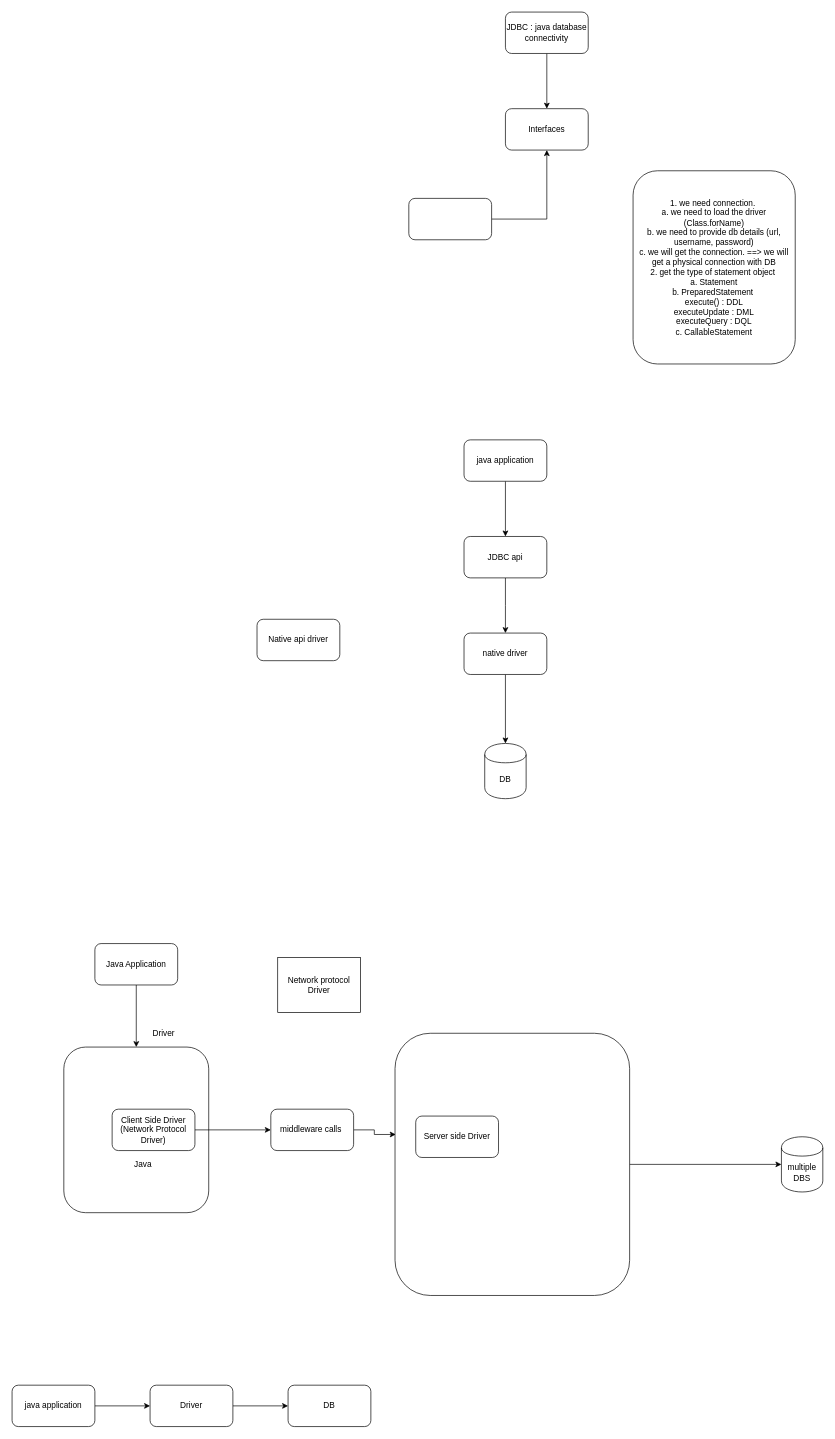
The draw.io diagram page "JDBC" (8 of 14) of Copy of Untitled Diagram.drawio in abhinandanchivate/moglixTraining, before the edit. Source tidied: cells renumbered, new cells numbered last; positions are measured from the earlier drawing's top-left corner, leaving out a move shared by most shapes. Both pictures are drawn from the tidied source at 69%, with x=0, y=0 at pixel (12, 12).
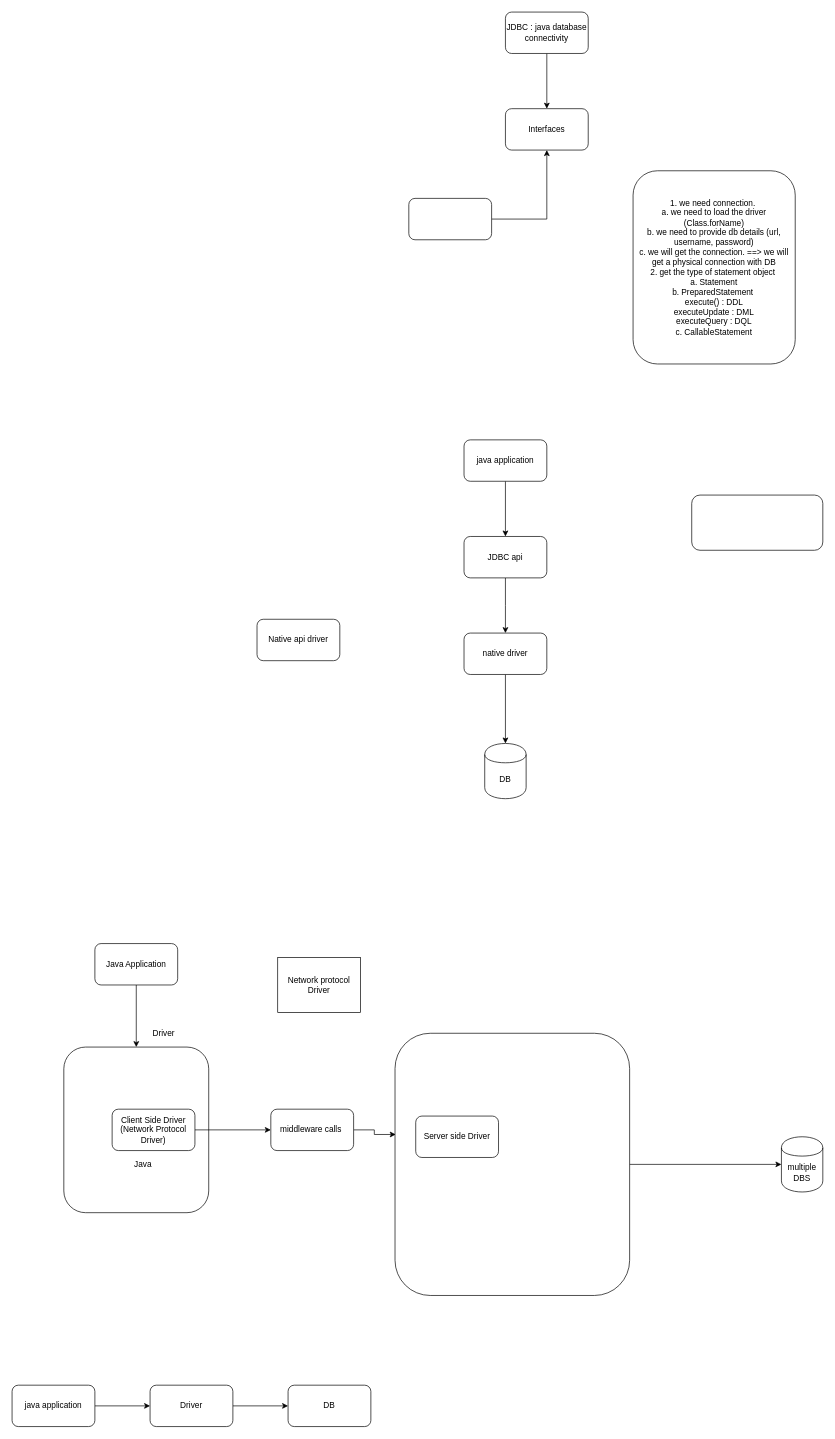
The same page after the edit.

Change to the diagram source:
```diff
@@
+    <mxCell id="35" style="rounded=1;whiteSpace=wrap;html=1;" parent="1" vertex="1">
+      <mxGeometry x="985" y="700" width="190" height="80" as="geometry" />
+    </mxCell>
```
